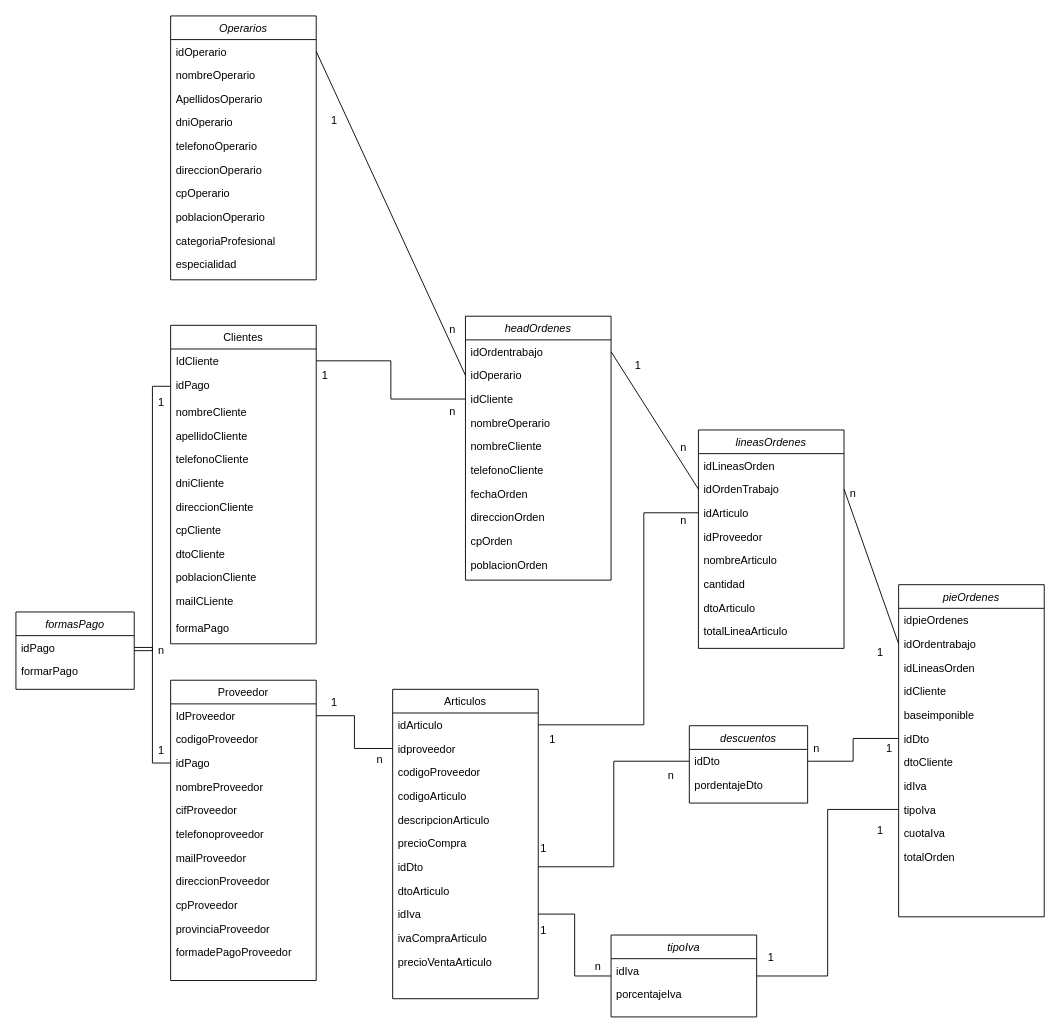
This is Mi_UML_INREMO.drawio from Shmarte1970/drawIO, a draw.io file, before an edit. Source tidied: cells renumbered, new cells numbered last; positions are measured from the earlier drawing's top-left corner, leaving out a move shared by most shapes. Both pictures are drawn from the tidied source at 91%, with x=0, y=0 at pixel (15, 15).
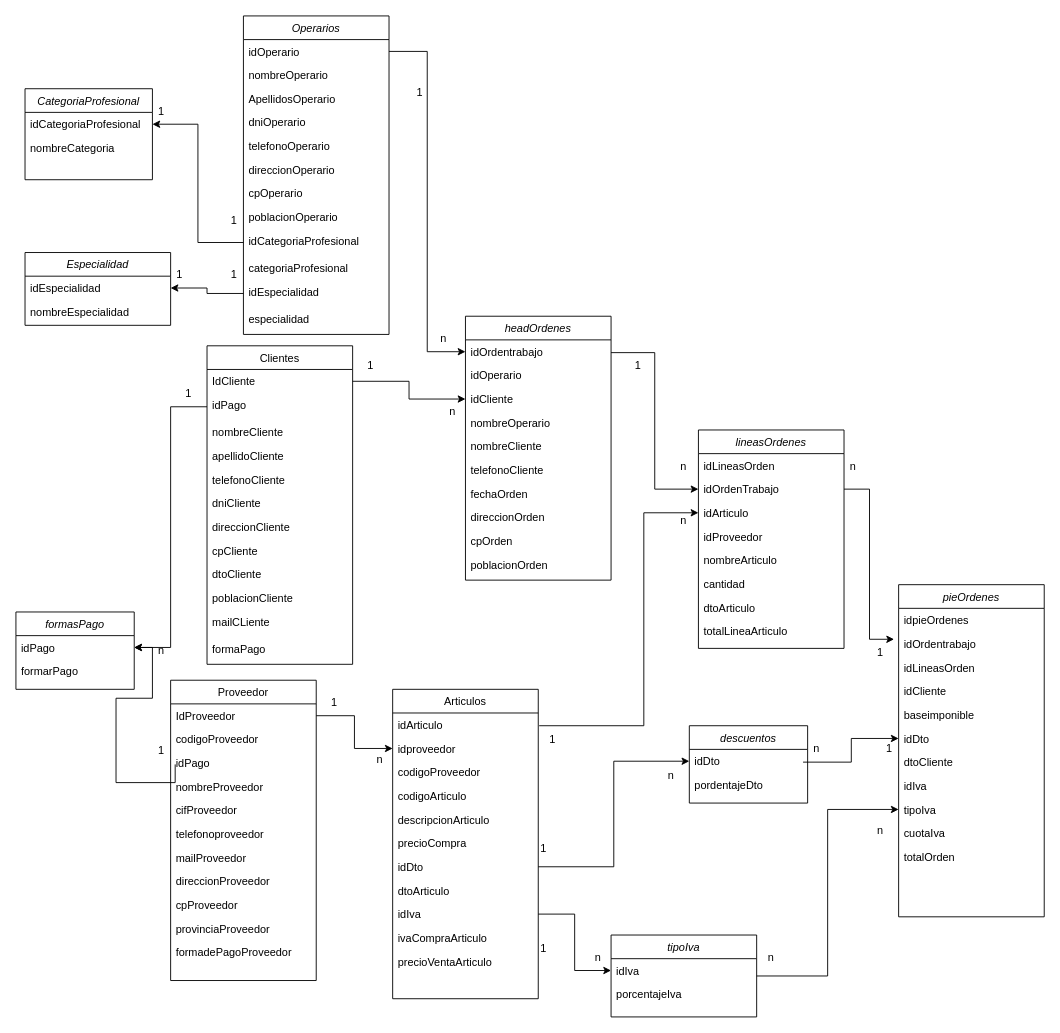
The same page after the edit.

The change refers to these unchanged cells:
```xml
<mxCell id="3" value="idOperario&#10;" style="text;align=left;verticalAlign=top;spacingLeft=4;spacingRight=4;overflow=hidden;points=[[0,0.5],[1,0.5]];portConstraint=eastwest;rounded=0;shadow=0;html=0;" parent="2" vertex="1">
<mxCell id="14" value="IdProveedor" style="text;align=left;verticalAlign=top;spacingLeft=4;spacingRight=4;overflow=hidden;points=[[0,0.5],[1,0.5]];portConstraint=eastwest;" parent="13" vertex="1">
<mxCell id="16" value="idPago" style="text;align=left;verticalAlign=top;spacingLeft=4;spacingRight=4;overflow=hidden;points=[[0,0.5],[1,0.5]];portConstraint=eastwest;" parent="13" vertex="1">
<mxCell id="26" value="idArticulo" style="text;align=left;verticalAlign=top;spacingLeft=4;spacingRight=4;overflow=hidden;points=[[0,0.5],[1,0.5]];portConstraint=eastwest;" parent="25" vertex="1">
<mxCell id="27" value="idproveedor" style="text;align=left;verticalAlign=top;spacingLeft=4;spacingRight=4;overflow=hidden;points=[[0,0.5],[1,0.5]];portConstraint=eastwest;" parent="25" vertex="1">
<mxCell id="32" value="idDto" style="text;align=left;verticalAlign=top;spacingLeft=4;spacingRight=4;overflow=hidden;points=[[0,0.5],[1,0.5]];portConstraint=eastwest;" parent="25" vertex="1">
<mxCell id="34" value="idIva&#10;" style="text;align=left;verticalAlign=top;spacingLeft=4;spacingRight=4;overflow=hidden;points=[[0,0.5],[1,0.5]];portConstraint=eastwest;" parent="25" vertex="1">
<mxCell id="38" value="IdCliente" style="text;align=left;verticalAlign=top;spacingLeft=4;spacingRight=4;overflow=hidden;points=[[0,0.5],[1,0.5]];portConstraint=eastwest;" parent="37" vertex="1">
<mxCell id="39" value="idPago" style="text;align=left;verticalAlign=top;spacingLeft=4;spacingRight=4;overflow=hidden;points=[[0,0.5],[1,0.5]];portConstraint=eastwest;" parent="37" vertex="1">
<mxCell id="51" value="idOrdentrabajo" style="text;align=left;verticalAlign=top;spacingLeft=4;spacingRight=4;overflow=hidden;points=[[0,0.5],[1,0.5]];portConstraint=eastwest;rounded=0;shadow=0;html=0;" parent="50" vertex="1">
<mxCell id="52" value="idOperario" style="text;align=left;verticalAlign=top;spacingLeft=4;spacingRight=4;overflow=hidden;points=[[0,0.5],[1,0.5]];portConstraint=eastwest;" parent="50" vertex="1">
<mxCell id="53" value="idCliente" style="text;align=left;verticalAlign=top;spacingLeft=4;spacingRight=4;overflow=hidden;points=[[0,0.5],[1,0.5]];portConstraint=eastwest;" parent="50" vertex="1">
<mxCell id="63" value="idOrdenTrabajo" style="text;align=left;verticalAlign=top;spacingLeft=4;spacingRight=4;overflow=hidden;points=[[0,0.5],[1,0.5]];portConstraint=eastwest;" parent="61" vertex="1">
<mxCell id="64" value="idArticulo" style="text;align=left;verticalAlign=top;spacingLeft=4;spacingRight=4;overflow=hidden;points=[[0,0.5],[1,0.5]];portConstraint=eastwest;" parent="61" vertex="1">
<mxCell id="72" value="idOrdentrabajo" style="text;align=left;verticalAlign=top;spacingLeft=4;spacingRight=4;overflow=hidden;points=[[0,0.5],[1,0.5]];portConstraint=eastwest;" parent="70" vertex="1">
<mxCell id="76" value="idDto&#10;" style="text;align=left;verticalAlign=top;spacingLeft=4;spacingRight=4;overflow=hidden;points=[[0,0.5],[1,0.5]];portConstraint=eastwest;" parent="70" vertex="1">
<mxCell id="79" value="tipoIva" style="text;align=left;verticalAlign=top;spacingLeft=4;spacingRight=4;overflow=hidden;points=[[0,0.5],[1,0.5]];portConstraint=eastwest;" parent="70" vertex="1">
<mxCell id="84" value="tipoIva" style="swimlane;fontStyle=2;align=center;verticalAlign=top;horizontal=1;startSize=26;rounded=0;shadow=0;strokeWidth=1;" parent="1" vertex="1">
<mxCell id="85" value="idIva" style="text;align=left;verticalAlign=top;spacingLeft=4;spacingRight=4;overflow=hidden;points=[[0,0.5],[1,0.5]];portConstraint=eastwest;rounded=0;shadow=0;html=0;" parent="84" vertex="1">
<mxCell id="88" value="idDto&#10;" style="text;align=left;verticalAlign=top;spacingLeft=4;spacingRight=4;overflow=hidden;points=[[0,0.5],[1,0.5]];portConstraint=eastwest;rounded=0;shadow=0;html=0;" parent="87" vertex="1">
<mxCell id="91" value="1" style="text;html=1;strokeColor=none;fillColor=none;align=center;verticalAlign=middle;whiteSpace=wrap;rounded=0;" parent="1" vertex="1">
<mxCell id="95" value="1" style="text;html=1;strokeColor=none;fillColor=none;align=center;verticalAlign=middle;whiteSpace=wrap;rounded=0;" parent="1" vertex="1">
<mxCell id="100" value="1" style="text;html=1;strokeColor=none;fillColor=none;align=center;verticalAlign=middle;whiteSpace=wrap;rounded=0;" parent="1" vertex="1">
<mxCell id="114" value="n" style="text;html=1;strokeColor=none;fillColor=none;align=center;verticalAlign=middle;whiteSpace=wrap;rounded=0;" parent="1" vertex="1">
<mxCell id="119" value="formasPago" style="swimlane;fontStyle=2;align=center;verticalAlign=top;horizontal=1;startSize=26;rounded=0;shadow=0;strokeWidth=1;" parent="1" vertex="1">
<mxCell id="120" value="idPago" style="text;align=left;verticalAlign=top;spacingLeft=4;spacingRight=4;overflow=hidden;points=[[0,0.5],[1,0.5]];portConstraint=eastwest;rounded=0;shadow=0;html=0;" parent="119" vertex="1">
<mxCell id="123" value="1" style="text;html=1;strokeColor=none;fillColor=none;align=center;verticalAlign=middle;whiteSpace=wrap;rounded=0;" parent="1" vertex="1">
```

The edit, as a diff of the source:
```diff
@@
     <mxCell id="2" value="Operarios" style="swimlane;fontStyle=2;align=center;verticalAlign=top;horizontal=1;startSize=26;rounded=0;shadow=0;strokeWidth=1;" parent="1" vertex="1">
-      <mxGeometry x="170" width="160" height="290" as="geometry" />
+      <mxGeometry x="250" width="160" height="350" as="geometry" />
     </mxCell>
@@
+    <mxCell id="126" value="idCategoriaProfesional" style="text;align=left;verticalAlign=top;spacingLeft=4;spacingRight=4;overflow=hidden;points=[[0,0.5],[1,0.5]];portConstraint=eastwest;" parent="2" vertex="1">
+      <mxGeometry y="234" width="160" height="30" as="geometry" />
+    </mxCell>
     <mxCell id="11" value="categoriaProfesional" style="text;align=left;verticalAlign=top;spacingLeft=4;spacingRight=4;overflow=hidden;" parent="2" vertex="1">
-      <mxGeometry y="234" width="160" height="26" as="geometry" />
+      <mxGeometry y="264" width="160" height="26" as="geometry" />
     </mxCell>
+    <mxCell id="127" value="idEspecialidad" style="text;align=left;verticalAlign=top;spacingLeft=4;spacingRight=4;overflow=hidden;points=[[0,0.5],[1,0.5]];portConstraint=eastwest;" parent="2" vertex="1">
+      <mxGeometry y="290" width="160" height="30" as="geometry" />
+    </mxCell>
     <mxCell id="12" value="especialidad" style="text;align=left;verticalAlign=top;spacingLeft=4;spacingRight=4;overflow=hidden;" parent="2" vertex="1">
-      <mxGeometry y="260" width="160" height="26" as="geometry" />
+      <mxGeometry y="320" width="160" height="30" as="geometry" />
     </mxCell>
@@
     <mxCell id="37" value="Clientes&#10;" style="swimlane;fontStyle=0;align=center;verticalAlign=top;horizontal=1;startSize=26;rounded=0;shadow=0;strokeWidth=1;" parent="1" vertex="1">
-      <mxGeometry x="170" y="340" width="160" height="350" as="geometry" />
+      <mxGeometry x="210" y="362.5" width="160" height="350" as="geometry" />
     </mxCell>
@@
-    <mxCell id="82" style="edgeStyle=orthogonalEdgeStyle;rounded=0;jettySize=auto;html=1;exitX=0;exitY=0.5;exitDx=0;exitDy=0;endArrow=none;endFill=0;" parent="1" edge="1" source="84" target="34">
-      <mxGeometry relative="1" as="geometry" />
-    </mxCell>
-    <mxCell id="83" style="edgeStyle=orthogonalEdgeStyle;rounded=0;jettySize=auto;html=1;exitX=1;exitY=0.5;exitDx=0;exitDy=0;entryX=0;entryY=0.5;entryDx=0;entryDy=0;endArrow=none;endFill=0;" parent="1" edge="1" source="84" target="79">
+    <mxCell id="83" style="edgeStyle=elbowEdgeStyle;rounded=0;jettySize=auto;html=1;exitX=1;exitY=0.5;exitDx=0;exitDy=0;" parent="1" edge="1" source="84" target="79">
       <mxGeometry relative="1" as="geometry" />
     </mxCell>
@@
-    <mxCell id="90" style="edgeStyle=none;rounded=0;jettySize=auto;html=1;exitX=1;exitY=0.5;exitDx=0;exitDy=0;entryX=0;entryY=0.5;entryDx=0;entryDy=0;endArrow=none;endFill=0;" parent="1" edge="1" source="51" target="63">
-      <mxGeometry relative="1" as="geometry" />
-    </mxCell>
+    <mxCell id="128" style="edgeStyle=elbowEdgeStyle;rounded=0;jettySize=auto;html=1;exitX=0;exitY=0;exitDx=0;exitDy=0;entryX=0;entryY=0.5;entryDx=0;entryDy=0;" parent="1" edge="1" source="91" target="63">
+      <mxGeometry relative="1" as="geometry" />
+    </mxCell>
@@
     <mxCell id="92" value="n" style="text;html=1;strokeColor=none;fillColor=none;align=center;verticalAlign=middle;whiteSpace=wrap;rounded=0;" parent="1" vertex="1">
-      <mxGeometry x="704" y="460" width="60" height="30" as="geometry" />
+      <mxGeometry x="704" y="480" width="60" height="30" as="geometry" />
     </mxCell>
-    <mxCell id="93" style="edgeStyle=none;rounded=0;jettySize=auto;html=1;exitX=0;exitY=0.5;exitDx=0;exitDy=0;entryX=1;entryY=0.5;entryDx=0;entryDy=0;endArrow=none;endFill=0;" parent="1" edge="1" source="72" target="63">
-      <mxGeometry relative="1" as="geometry" />
-    </mxCell>
     <mxCell id="94" value="n" style="text;html=1;strokeColor=none;fillColor=none;align=center;verticalAlign=middle;whiteSpace=wrap;rounded=0;" parent="1" vertex="1">
-      <mxGeometry x="890" y="510" width="60" height="30" as="geometry" />
+      <mxGeometry x="890" y="480" width="60" height="30" as="geometry" />
     </mxCell>
@@
-    <mxCell id="96" style="edgeStyle=none;rounded=0;jettySize=auto;html=1;exitX=1;exitY=0.5;exitDx=0;exitDy=0;entryX=0;entryY=0.5;entryDx=0;entryDy=0;endArrow=none;endFill=0;" parent="1" edge="1" source="3" target="52">
-      <mxGeometry relative="1" as="geometry" />
-    </mxCell>
     <mxCell id="97" value="1" style="text;html=1;strokeColor=none;fillColor=none;align=center;verticalAlign=middle;whiteSpace=wrap;rounded=0;" parent="1" vertex="1">
-      <mxGeometry x="320" y="100" width="60" height="30" as="geometry" />
+      <mxGeometry x="414" y="70" width="60" height="30" as="geometry" />
     </mxCell>
     <mxCell id="98" value="n" style="text;html=1;strokeColor=none;fillColor=none;align=center;verticalAlign=middle;whiteSpace=wrap;rounded=0;" parent="1" vertex="1">
-      <mxGeometry x="450" y="330" width="60" height="30" as="geometry" />
+      <mxGeometry x="440" y="340" width="60" height="30" as="geometry" />
     </mxCell>
-    <mxCell id="99" style="edgeStyle=orthogonalEdgeStyle;rounded=0;jettySize=auto;html=1;exitX=1;exitY=0.5;exitDx=0;exitDy=0;entryX=0;entryY=0.5;entryDx=0;entryDy=0;endArrow=none;endFill=0;" parent="1" edge="1" source="26" target="64">
-      <mxGeometry relative="1" as="geometry">
-        <Array as="points">
-          <mxPoint x="690" y="779" />
-          <mxPoint x="690" y="546" />
-        </Array>
-      </mxGeometry>
-    </mxCell>
+    <mxCell id="129" style="edgeStyle=elbowEdgeStyle;rounded=0;jettySize=auto;html=1;exitX=0.25;exitY=0;exitDx=0;exitDy=0;" parent="1" edge="1" source="100" target="64">
+      <mxGeometry relative="1" as="geometry">
+        <Array as="points">
+          <mxPoint x="690" y="660" />
+        </Array>
+      </mxGeometry>
+    </mxCell>
@@
-    <mxCell id="102" style="edgeStyle=orthogonalEdgeStyle;rounded=0;jettySize=auto;html=1;exitX=1;exitY=0.5;exitDx=0;exitDy=0;endArrow=none;endFill=0;" parent="1" edge="1" source="14" target="27">
-      <mxGeometry relative="1" as="geometry" />
-    </mxCell>
@@
     <mxCell id="105" value="1" style="text;html=1;strokeColor=none;fillColor=none;align=center;verticalAlign=middle;whiteSpace=wrap;rounded=0;" parent="1" vertex="1">
-      <mxGeometry x="550" y="990" width="60" height="30" as="geometry" />
+      <mxGeometry x="550" y="1010" width="60" height="30" as="geometry" />
     </mxCell>
     <mxCell id="106" value="n" style="text;html=1;strokeColor=none;fillColor=none;align=center;verticalAlign=middle;whiteSpace=wrap;rounded=0;" parent="1" vertex="1">
-      <mxGeometry x="610" y="1030" width="60" height="30" as="geometry" />
+      <mxGeometry x="610" y="1020" width="60" height="30" as="geometry" />
     </mxCell>
-    <mxCell id="107" value="1" style="text;html=1;strokeColor=none;fillColor=none;align=center;verticalAlign=middle;whiteSpace=wrap;rounded=0;" parent="1" vertex="1">
-      <mxGeometry x="800" y="1020" width="60" height="30" as="geometry" />
-    </mxCell>
-    <mxCell id="108" value="1" style="text;html=1;strokeColor=none;fillColor=none;align=center;verticalAlign=middle;whiteSpace=wrap;rounded=0;" parent="1" vertex="1">
-      <mxGeometry x="920" y="880" width="60" height="30" as="geometry" />
-    </mxCell>
-    <mxCell id="109" style="edgeStyle=orthogonalEdgeStyle;rounded=0;jettySize=auto;html=1;exitX=0;exitY=0.5;exitDx=0;exitDy=0;endArrow=none;endFill=0;" parent="1" edge="1" source="88" target="32">
-      <mxGeometry relative="1" as="geometry" />
-    </mxCell>
@@
-    <mxCell id="112" style="edgeStyle=orthogonalEdgeStyle;rounded=0;jettySize=auto;html=1;exitX=1;exitY=0.5;exitDx=0;exitDy=0;endArrow=none;endFill=0;" parent="1" edge="1" source="88" target="76">
-      <mxGeometry relative="1" as="geometry" />
-    </mxCell>
@@
+    <mxCell id="130" style="edgeStyle=elbowEdgeStyle;rounded=0;jettySize=auto;html=1;exitX=0.25;exitY=1;exitDx=0;exitDy=0;" parent="1" edge="1" source="114" target="76">
+      <mxGeometry relative="1" as="geometry" />
+    </mxCell>
@@
-    <mxCell id="115" style="edgeStyle=orthogonalEdgeStyle;rounded=0;jettySize=auto;html=1;exitX=1;exitY=0.5;exitDx=0;exitDy=0;endArrow=none;endFill=0;" parent="1" edge="1" source="38" target="53">
-      <mxGeometry relative="1" as="geometry" />
-    </mxCell>
     <mxCell id="116" value="1" style="text;html=1;strokeColor=none;fillColor=none;align=center;verticalAlign=middle;whiteSpace=wrap;rounded=0;" parent="1" vertex="1">
-      <mxGeometry x="310" y="380" width="60" height="30" as="geometry" />
+      <mxGeometry x="360" y="370" width="60" height="30" as="geometry" />
     </mxCell>
@@
-    <mxCell id="118" style="edgeStyle=orthogonalEdgeStyle;rounded=0;jettySize=auto;html=1;exitX=1;exitY=0.5;exitDx=0;exitDy=0;endArrow=none;endFill=0;" parent="1" edge="1" source="119" target="39">
-      <mxGeometry relative="1" as="geometry" />
-    </mxCell>
@@
-    <mxCell id="122" style="edgeStyle=orthogonalEdgeStyle;rounded=0;jettySize=auto;html=1;exitX=1;exitY=0.5;exitDx=0;exitDy=0;endArrow=none;endFill=0;" parent="1" edge="1" source="120" target="16">
-      <mxGeometry relative="1" as="geometry" />
-    </mxCell>
+    <mxCell id="131" style="edgeStyle=orthogonalEdgeStyle;rounded=0;jettySize=auto;html=1;exitX=0.75;exitY=1;exitDx=0;exitDy=0;" parent="1" edge="1" source="123" target="120">
+      <mxGeometry relative="1" as="geometry" />
+    </mxCell>
@@
     <mxCell id="124" value="1" style="text;html=1;strokeColor=none;fillColor=none;align=center;verticalAlign=middle;whiteSpace=wrap;rounded=0;" parent="1" vertex="1">
-      <mxGeometry x="130" y="410" width="60" height="30" as="geometry" />
+      <mxGeometry x="160" y="400" width="60" height="30" as="geometry" />
     </mxCell>
@@
+    <mxCell id="132" value="CategoriaProfesional" style="swimlane;fontStyle=2;align=center;verticalAlign=top;horizontal=1;startSize=26;rounded=0;shadow=0;strokeWidth=1;" parent="1" vertex="1">
+      <mxGeometry x="10" y="80" width="140" height="100" as="geometry" />
+    </mxCell>
+    <mxCell id="133" value="idCategoriaProfesional" style="text;align=left;verticalAlign=top;spacingLeft=4;spacingRight=4;overflow=hidden;points=[[0,0.5],[1,0.5]];portConstraint=eastwest;rounded=0;shadow=0;html=0;" parent="132" vertex="1">
+      <mxGeometry y="26" width="140" height="26" as="geometry" />
+    </mxCell>
+    <mxCell id="134" value="nombreCategoria" style="text;align=left;verticalAlign=top;spacingLeft=4;spacingRight=4;overflow=hidden;" parent="132" vertex="1">
+      <mxGeometry y="52" width="140" height="26" as="geometry" />
+    </mxCell>
+    <mxCell id="135" value="Especialidad" style="swimlane;fontStyle=2;align=center;verticalAlign=top;horizontal=1;startSize=26;rounded=0;shadow=0;strokeWidth=1;" parent="1" vertex="1">
+      <mxGeometry x="10" y="260" width="160" height="80" as="geometry" />
+    </mxCell>
+    <mxCell id="136" value="idEspecialidad" style="text;align=left;verticalAlign=top;spacingLeft=4;spacingRight=4;overflow=hidden;points=[[0,0.5],[1,0.5]];portConstraint=eastwest;rounded=0;shadow=0;html=0;" parent="135" vertex="1">
+      <mxGeometry y="26" width="160" height="26" as="geometry" />
+    </mxCell>
+    <mxCell id="137" value="nombreEspecialidad" style="text;align=left;verticalAlign=top;spacingLeft=4;spacingRight=4;overflow=hidden;" parent="135" vertex="1">
+      <mxGeometry y="52" width="160" height="26" as="geometry" />
+    </mxCell>
+    <mxCell id="138" value="1" style="text;html=1;strokeColor=none;fillColor=none;align=center;verticalAlign=middle;whiteSpace=wrap;rounded=0;" parent="1" vertex="1">
+      <mxGeometry x="150" y="270" width="60" height="30" as="geometry" />
+    </mxCell>
+    <mxCell id="139" value="1" style="text;html=1;strokeColor=none;fillColor=none;align=center;verticalAlign=middle;whiteSpace=wrap;rounded=0;" parent="1" vertex="1">
+      <mxGeometry x="210" y="270" width="60" height="30" as="geometry" />
+    </mxCell>
+    <mxCell id="140" style="edgeStyle=orthogonalEdgeStyle;rounded=0;jettySize=auto;html=1;exitX=0;exitY=0.5;exitDx=0;exitDy=0;" parent="1" edge="1" source="126" target="133">
+      <mxGeometry relative="1" as="geometry" />
+    </mxCell>
+    <mxCell id="141" value="1" style="text;html=1;strokeColor=none;fillColor=none;align=center;verticalAlign=middle;whiteSpace=wrap;rounded=0;" parent="1" vertex="1">
+      <mxGeometry x="210" y="210" width="60" height="30" as="geometry" />
+    </mxCell>
+    <mxCell id="142" style="edgeStyle=orthogonalEdgeStyle;rounded=0;jettySize=auto;html=1;exitX=0;exitY=0.5;exitDx=0;exitDy=0;" parent="1" edge="1" source="127" target="136">
+      <mxGeometry relative="1" as="geometry" />
+    </mxCell>
+    <mxCell id="143" value="1" style="text;html=1;strokeColor=none;fillColor=none;align=center;verticalAlign=middle;whiteSpace=wrap;rounded=0;" parent="1" vertex="1">
+      <mxGeometry x="130" y="90" width="60" height="30" as="geometry" />
+    </mxCell>
+    <mxCell id="144" style="edgeStyle=orthogonalEdgeStyle;rounded=0;jettySize=auto;html=1;exitX=1;exitY=0.5;exitDx=0;exitDy=0;entryX=0;entryY=0.5;entryDx=0;entryDy=0;" parent="1" edge="1" source="3" target="51">
+      <mxGeometry relative="1" as="geometry" />
+    </mxCell>
+    <mxCell id="145" style="edgeStyle=orthogonalEdgeStyle;rounded=0;jettySize=auto;html=1;exitX=0;exitY=0.5;exitDx=0;exitDy=0;" parent="1" edge="1" source="39" target="120">
+      <mxGeometry relative="1" as="geometry" />
+    </mxCell>
+    <mxCell id="115" style="edgeStyle=orthogonalEdgeStyle;rounded=0;jettySize=auto;html=1;exitX=1;exitY=0.5;exitDx=0;exitDy=0;" parent="1" edge="1" source="38" target="53">
+      <mxGeometry relative="1" as="geometry" />
+    </mxCell>
+    <mxCell id="102" style="edgeStyle=orthogonalEdgeStyle;rounded=0;jettySize=auto;html=1;exitX=1;exitY=0.5;exitDx=0;exitDy=0;" parent="1" edge="1" source="14" target="27">
+      <mxGeometry relative="1" as="geometry" />
+    </mxCell>
+    <mxCell id="146" style="edgeStyle=elbowEdgeStyle;rounded=0;jettySize=auto;html=1;exitX=1;exitY=0.5;exitDx=0;exitDy=0;" parent="1" edge="1" source="32" target="88">
+      <mxGeometry relative="1" as="geometry" />
+    </mxCell>
+    <mxCell id="147" style="edgeStyle=elbowEdgeStyle;rounded=0;jettySize=auto;html=1;exitX=1;exitY=0.5;exitDx=0;exitDy=0;" parent="1" edge="1" source="34" target="85">
+      <mxGeometry relative="1" as="geometry" />
+    </mxCell>
+    <mxCell id="148" value="n" style="text;html=1;strokeColor=none;fillColor=none;align=center;verticalAlign=middle;whiteSpace=wrap;rounded=0;" parent="1" vertex="1">
+      <mxGeometry x="920" y="880" width="60" height="30" as="geometry" />
+    </mxCell>
+    <mxCell id="149" value="n" style="text;html=1;strokeColor=none;fillColor=none;align=center;verticalAlign=middle;whiteSpace=wrap;rounded=0;" parent="1" vertex="1">
+      <mxGeometry x="800" y="1020" width="60" height="30" as="geometry" />
+    </mxCell>
+    <mxCell id="150" style="edgeStyle=elbowEdgeStyle;rounded=0;jettySize=auto;html=1;exitX=1;exitY=0.5;exitDx=0;exitDy=0;entryX=0.75;entryY=0;entryDx=0;entryDy=0;" parent="1" edge="1" source="63" target="95">
+      <mxGeometry relative="1" as="geometry" />
+    </mxCell>
```
